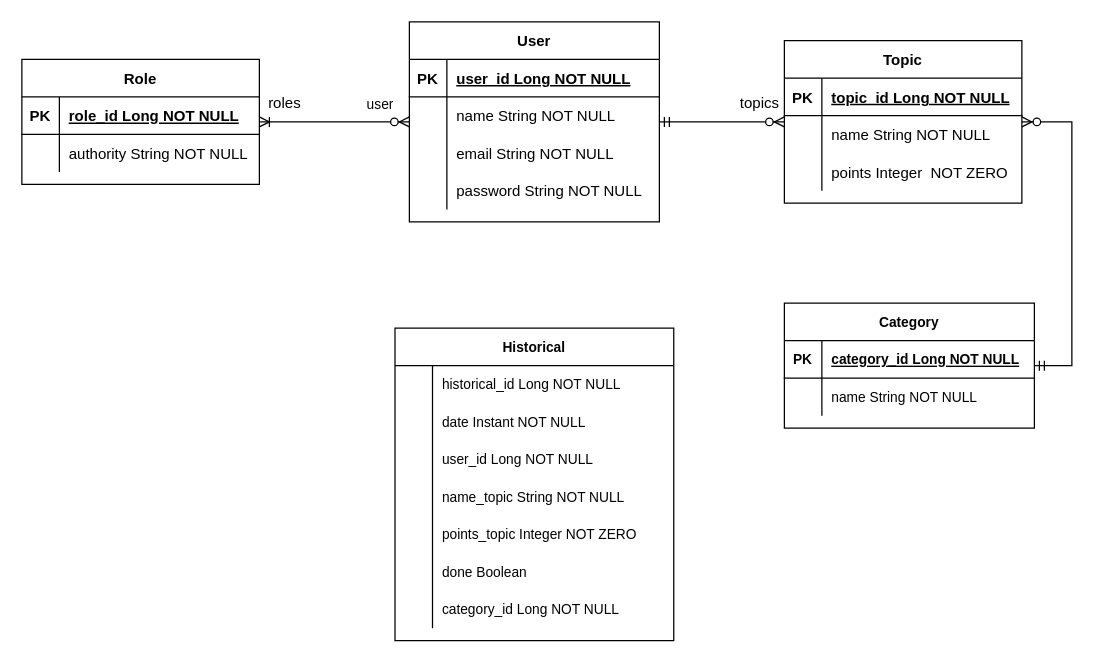
Above: Date Lake of Life Diagram.drawio in Thalles-Trevizan/Data-Lake-of-Life (draw.io), before the change. Source tidied: cells renumbered, new cells numbered last; positions are measured from the earlier drawing's top-left corner, leaving out a move shared by most shapes. Both pictures are drawn from the tidied source at 125%, with x=0, y=0 at pixel (21, 21).
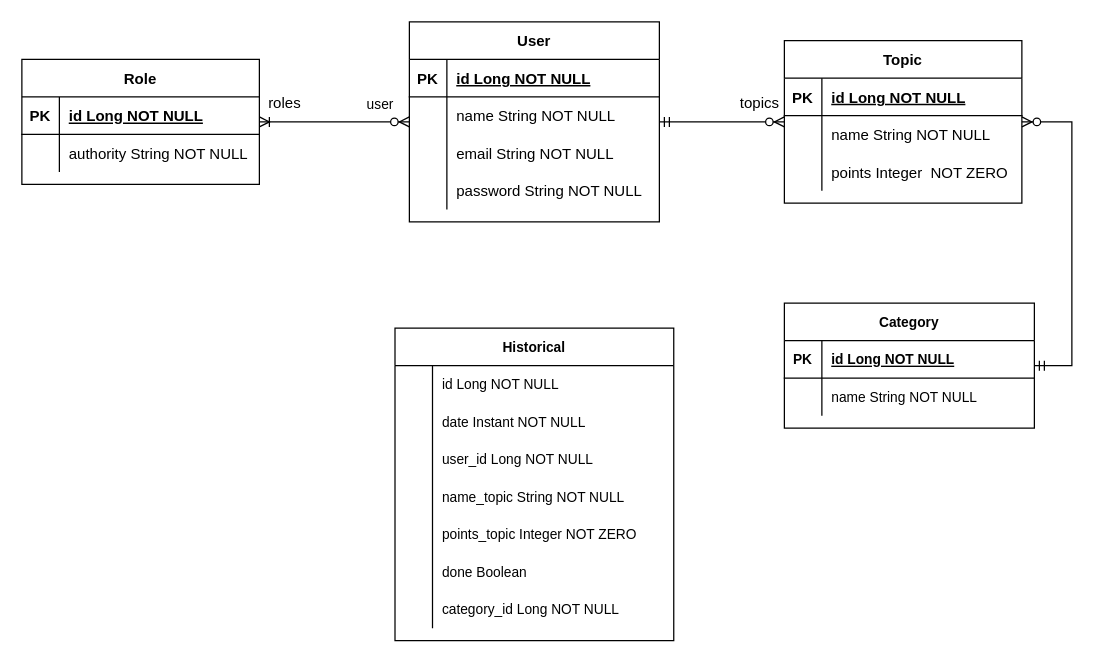
The same page after the edit.

The change refers to these unchanged cells:
```xml
<mxCell id="3" style="shape=tableRow;horizontal=0;startSize=0;swimlaneHead=0;swimlaneBody=0;fillColor=none;top=0;left=0;right=0;bottom=1;" parent="2" vertex="1">
  <mxGeometry y="30" width="200" height="30" as="geometry" />
</mxCell>
<mxCell id="16" style="shape=tableRow;horizontal=0;startSize=0;swimlaneHead=0;swimlaneBody=0;fillColor=none;top=0;left=0;right=0;bottom=1;" parent="15" vertex="1">
  <mxGeometry y="30" width="190" height="30" as="geometry" />
</mxCell>
<mxCell id="23" style="shape=tableRow;horizontal=0;startSize=0;swimlaneHead=0;swimlaneBody=0;fillColor=none;top=0;left=0;right=0;bottom=1;" parent="22" vertex="1">
  <mxGeometry y="30" width="190" height="30" as="geometry" />
</mxCell>
<mxCell id="36" style="shape=tableRow;horizontal=0;startSize=0;swimlaneHead=0;swimlaneBody=0;fillColor=none;top=0;left=0;right=0;bottom=1;fontSize=11;" parent="35" vertex="1">
  <mxGeometry y="30" width="200" height="30" as="geometry" />
</mxCell>
<mxCell id="44" style="shape=tableRow;horizontal=0;startSize=0;swimlaneHead=0;swimlaneBody=0;fillColor=none;top=0;left=0;right=0;bottom=0;fontSize=11;" parent="43" vertex="1">
  <mxGeometry y="30" width="223" height="30" as="geometry" />
</mxCell>
```

Change to the diagram source:
```diff
@@
-    <mxCell id="5" value="user_id Long NOT NULL" style="shape=partialRectangle;fillColor=none;top=0;left=0;bottom=0;right=0;align=left;spacingLeft=6;fontStyle=5;overflow=hidden;" parent="3" vertex="1">
+    <mxCell id="5" value="id Long NOT NULL" style="shape=partialRectangle;fillColor=none;top=0;left=0;bottom=0;right=0;align=left;spacingLeft=6;fontStyle=5;overflow=hidden;" parent="3" vertex="1">
       <mxGeometry x="30" width="170" height="30" as="geometry" />
     </mxCell>
@@
-    <mxCell id="18" value="role_id Long NOT NULL" style="shape=partialRectangle;fillColor=none;top=0;left=0;bottom=0;right=0;align=left;spacingLeft=6;fontStyle=5;overflow=hidden;" parent="16" vertex="1">
+    <mxCell id="18" value="id Long NOT NULL" style="shape=partialRectangle;fillColor=none;top=0;left=0;bottom=0;right=0;align=left;spacingLeft=6;fontStyle=5;overflow=hidden;" parent="16" vertex="1">
       <mxGeometry x="30" width="160" height="30" as="geometry" />
     </mxCell>
@@
-    <mxCell id="25" value="topic_id Long NOT NULL" style="shape=partialRectangle;fillColor=none;top=0;left=0;bottom=0;right=0;align=left;spacingLeft=6;fontStyle=5;overflow=hidden;" parent="23" vertex="1">
+    <mxCell id="25" value="id Long NOT NULL" style="shape=partialRectangle;fillColor=none;top=0;left=0;bottom=0;right=0;align=left;spacingLeft=6;fontStyle=5;overflow=hidden;" parent="23" vertex="1">
       <mxGeometry x="30" width="160" height="30" as="geometry" />
     </mxCell>
@@
-    <mxCell id="38" value="category_id Long NOT NULL" style="shape=partialRectangle;fillColor=none;top=0;left=0;bottom=0;right=0;align=left;spacingLeft=6;fontStyle=5;overflow=hidden;fontSize=11;" parent="36" vertex="1">
+    <mxCell id="38" value="id Long NOT NULL" style="shape=partialRectangle;fillColor=none;top=0;left=0;bottom=0;right=0;align=left;spacingLeft=6;fontStyle=5;overflow=hidden;fontSize=11;" parent="36" vertex="1">
       <mxGeometry x="30" width="170" height="30" as="geometry" />
     </mxCell>
@@
-    <mxCell id="46" value="historical_id Long NOT NULL" style="shape=partialRectangle;fillColor=none;top=0;left=0;bottom=0;right=0;align=left;spacingLeft=6;overflow=hidden;fontSize=11;" parent="44" vertex="1">
+    <mxCell id="46" value="id Long NOT NULL" style="shape=partialRectangle;fillColor=none;top=0;left=0;bottom=0;right=0;align=left;spacingLeft=6;overflow=hidden;fontSize=11;" parent="44" vertex="1">
       <mxGeometry x="30" width="193" height="30" as="geometry" />
     </mxCell>
```
